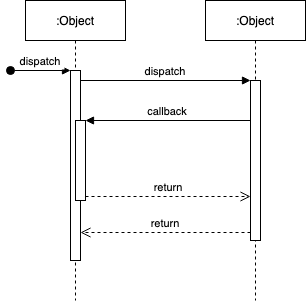
This is Untitled Diagram.png from theflyfish/my_draw, a draw.io export, as it was before one commit. Source tidied: cells renumbered, new cells last; positions are measured from the earlier drawing's top-left corner, leaving out a move shared by most shapes.
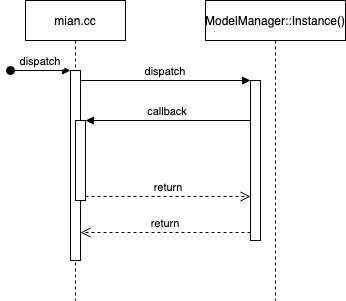
Later version of the same file.

The edit, as a diff of the source:
```diff
@@ -2,7 +2,7 @@
   <root>
     <mxCell id="0" />
     <mxCell id="1" parent="0" />
-    <mxCell id="2" value=":Object" style="shape=umlLifeline;perimeter=lifelinePerimeter;rounded=0;shadow=0;strokeWidth=1;" parent="1" vertex="1">
+    <mxCell id="2" value="mian.cc" style="shape=umlLifeline;perimeter=lifelinePerimeter;rounded=0;shadow=0;strokeWidth=1;" parent="1" vertex="1">
       <mxGeometry x="15" width="100" height="300" as="geometry" />
     </mxCell>
     <mxCell id="3" style="points=[];perimeter=orthogonalPerimeter;rounded=0;shadow=0;strokeWidth=1;" parent="2" vertex="1">
@@ -16,8 +16,8 @@
     <mxCell id="5" style="points=[];perimeter=orthogonalPerimeter;rounded=0;shadow=0;strokeWidth=1;" parent="2" vertex="1">
       <mxGeometry x="50" y="120" width="10" height="80" as="geometry" />
     </mxCell>
-    <mxCell id="6" value=":Object" style="shape=umlLifeline;perimeter=lifelinePerimeter;rounded=0;shadow=0;strokeWidth=1;" parent="1" vertex="1">
-      <mxGeometry x="195" width="100" height="300" as="geometry" />
+    <mxCell id="6" value="ModelManager::Instance()" style="shape=umlLifeline;perimeter=lifelinePerimeter;rounded=0;shadow=0;strokeWidth=1;" parent="1" vertex="1">
+      <mxGeometry x="195" width="140" height="300" as="geometry" />
     </mxCell>
     <mxCell id="7" style="points=[];perimeter=orthogonalPerimeter;rounded=0;shadow=0;strokeWidth=1;" parent="6" vertex="1">
       <mxGeometry x="45" y="80" width="10" height="160" as="geometry" />
```
